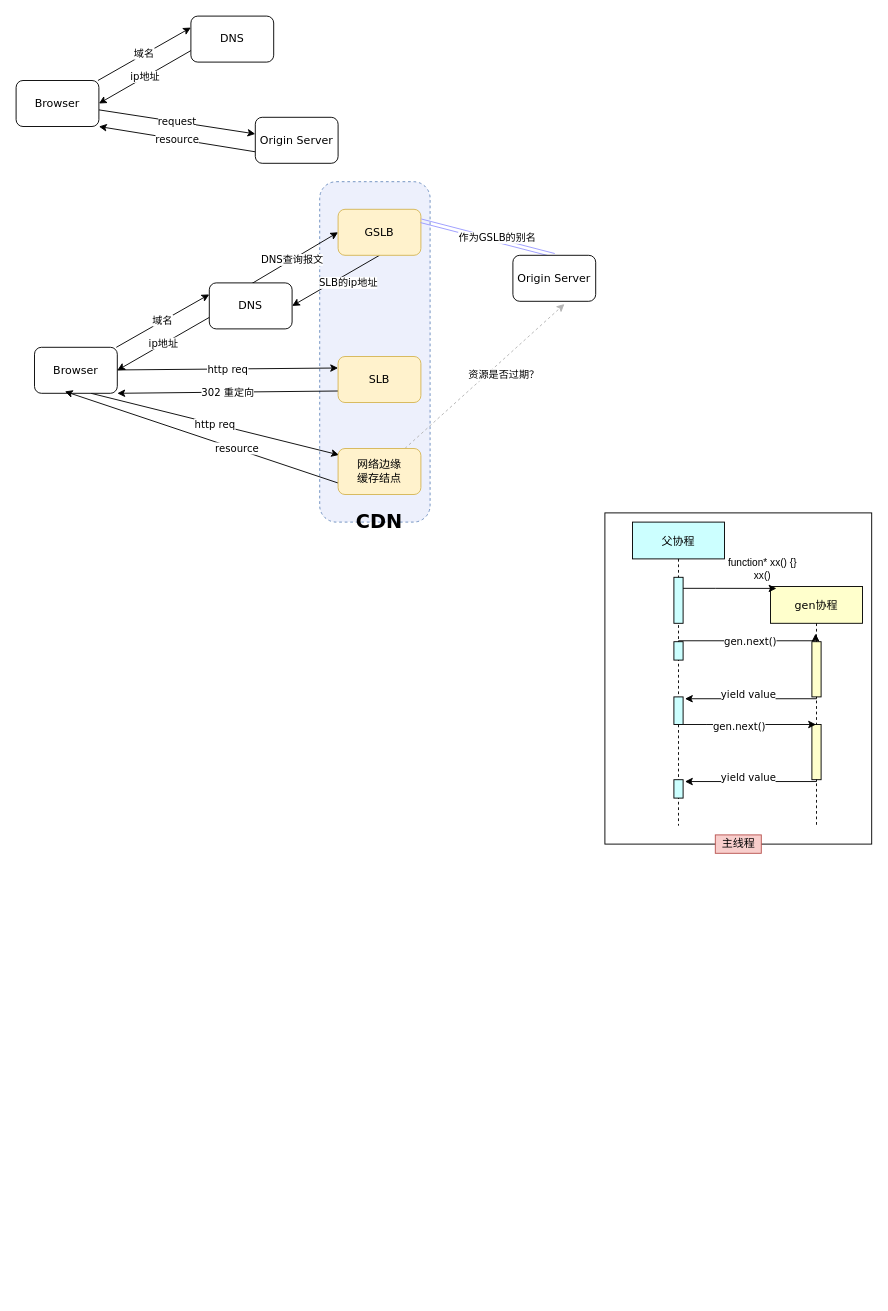
Earlier version of the draw.io diagram draft.drawio (bankarian/pics). Source tidied: cells renumbered, new cells numbered last; positions are measured from the earlier drawing's top-left corner, leaving out a move shared by most shapes. Both pictures are drawn from the tidied source at 92%, with x=0, y=0 at pixel (16, 16).
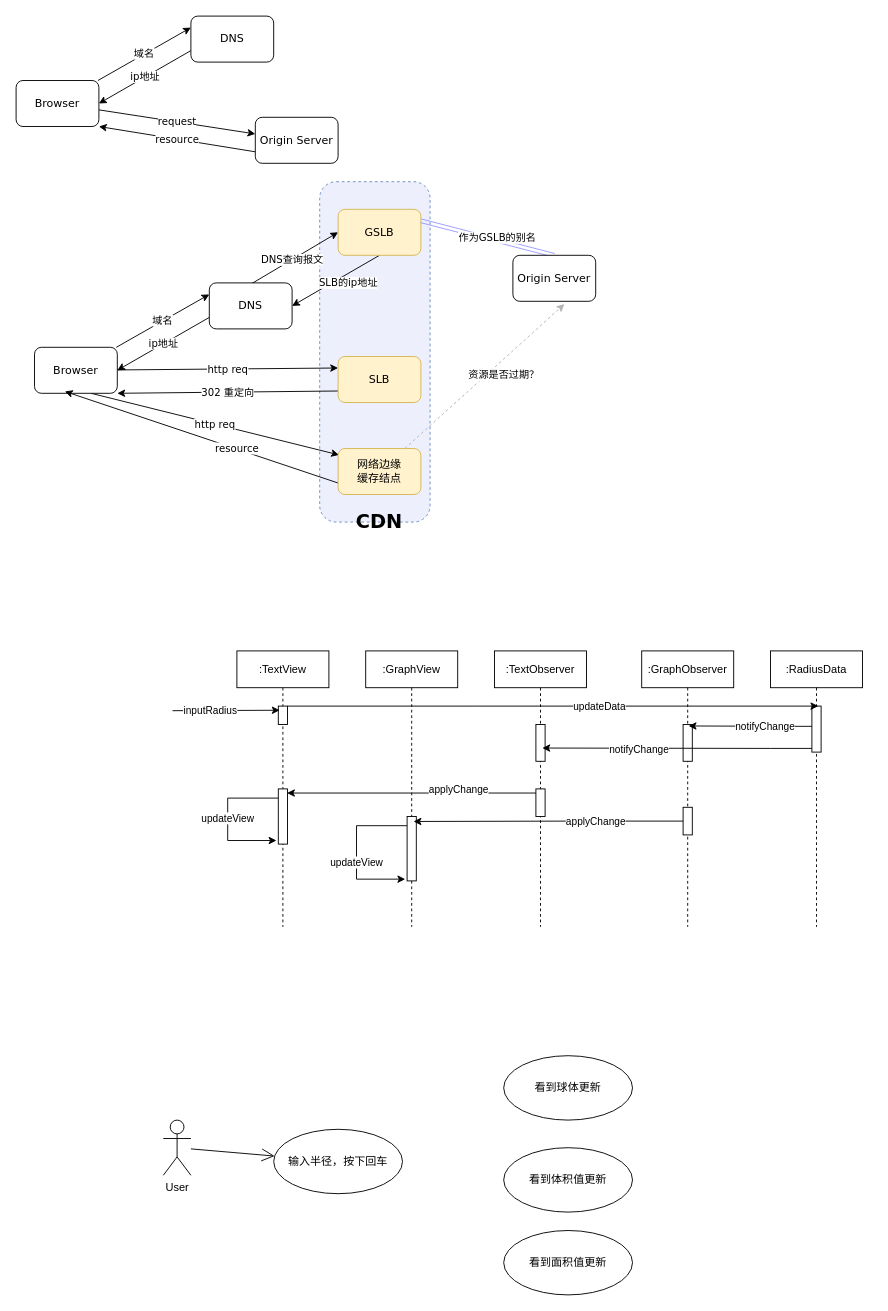
The same diagram, later.

Diff of the diagram source:
```diff
@@
-    <mxCell id="2" style="rounded=0;whiteSpace=wrap;html=1;fontFamily=Verdana;fillColor=#FFFFFF;" parent="1" vertex="1">
-      <mxGeometry x="640" y="540" width="290" height="360" as="geometry" />
-    </mxCell>
@@
-    <mxCell id="29" value="父协程" style="shape=umlLifeline;perimeter=lifelinePerimeter;rounded=0;shadow=0;strokeWidth=1;fillColor=#CCFFFF;fontFamily=Verdana;" parent="1" vertex="1">
-      <mxGeometry x="670" y="550" width="100" height="330" as="geometry" />
-    </mxCell>
-    <mxCell id="30" style="html=1;points=[];perimeter=orthogonalPerimeter;fillColor=#CCFFFF;fontFamily=Verdana;" parent="29" vertex="1">
-      <mxGeometry x="45" y="60" width="10" height="50" as="geometry" />
-    </mxCell>
-    <mxCell id="31" style="html=1;points=[];perimeter=orthogonalPerimeter;fillColor=#CCFFFF;fontFamily=Verdana;" parent="29" vertex="1">
-      <mxGeometry x="45" y="130" width="10" height="20" as="geometry" />
-    </mxCell>
-    <mxCell id="32" style="html=1;points=[];perimeter=orthogonalPerimeter;fillColor=#CCFFFF;fontFamily=Verdana;" parent="29" vertex="1">
-      <mxGeometry x="45" y="190" width="10" height="30" as="geometry" />
-    </mxCell>
-    <mxCell id="33" value="gen协程" style="shape=umlLifeline;perimeter=lifelinePerimeter;rounded=0;shadow=0;strokeWidth=1;fillColor=#FFFFCC;fontFamily=Verdana;" parent="1" vertex="1">
-      <mxGeometry x="820" y="620" width="100" height="260" as="geometry" />
-    </mxCell>
-    <mxCell id="34" style="html=1;points=[];perimeter=orthogonalPerimeter;fillColor=#FFFFCC;fontFamily=Verdana;" parent="33" vertex="1">
-      <mxGeometry x="45" y="60" width="10" height="60" as="geometry" />
-    </mxCell>
-    <mxCell id="35" style="edgeStyle=orthogonalEdgeStyle;rounded=0;jettySize=auto;html=1;entryX=0.49;entryY=0.197;entryDx=0;entryDy=0;entryPerimeter=0;fontFamily=Verdana;" parent="1" edge="1" source="31" target="33">
-      <mxGeometry relative="1" as="geometry">
-        <Array as="points">
-          <mxPoint x="720" y="679" />
-        </Array>
-      </mxGeometry>
-    </mxCell>
-    <mxCell id="36" value="gen.next()" style="edgeLabel;html=1;align=center;verticalAlign=middle;fontFamily=Verdana;" parent="35" vertex="1">
-      <mxGeometry x="-0.33" relative="1" as="geometry">
-        <mxPoint x="25.9" y="0.9" as="offset" />
-      </mxGeometry>
-    </mxCell>
-    <mxCell id="37" style="edgeStyle=orthogonalEdgeStyle;rounded=0;jettySize=auto;html=1;fontFamily=Verdana;" parent="1" edge="1" source="34">
-      <mxGeometry relative="1" as="geometry">
-        <mxPoint x="727" y="742" as="targetPoint" />
-        <Array as="points">
-          <mxPoint x="870" y="742" />
-        </Array>
-      </mxGeometry>
-    </mxCell>
-    <mxCell id="38" value="yield value" style="edgeLabel;html=1;align=center;verticalAlign=middle;fontFamily=Verdana;" parent="37" vertex="1">
-      <mxGeometry x="0.21" y="-4" relative="1" as="geometry">
-        <mxPoint x="11" y="-0.5" as="offset" />
-      </mxGeometry>
-    </mxCell>
-    <mxCell id="39" style="html=1;perimeter=orthogonalPerimeter;fillColor=#CCFFFF;fontFamily=Verdana;" parent="1" vertex="1">
-      <mxGeometry x="715" y="830" width="10" height="20" as="geometry" />
-    </mxCell>
-    <mxCell id="40" style="html=1;points=[];perimeter=orthogonalPerimeter;fillColor=#FFFFCC;fontFamily=Verdana;" parent="1" vertex="1">
-      <mxGeometry x="865" y="770" width="10" height="60" as="geometry" />
-    </mxCell>
-    <mxCell id="41" style="edgeStyle=orthogonalEdgeStyle;rounded=0;jettySize=auto;html=1;entryX=0.57;entryY=0.64;entryDx=0;entryDy=0;entryPerimeter=0;fontFamily=Verdana;" parent="1" edge="1" source="40">
-      <mxGeometry relative="1" as="geometry">
-        <mxPoint x="727" y="832" as="targetPoint" />
-        <Array as="points">
-          <mxPoint x="870" y="832" />
-        </Array>
-      </mxGeometry>
-    </mxCell>
-    <mxCell id="42" value="yield value" style="edgeLabel;html=1;align=center;verticalAlign=middle;fontFamily=Verdana;" parent="41" vertex="1">
-      <mxGeometry x="0.21" y="-4" relative="1" as="geometry">
-        <mxPoint x="11" y="-0.5" as="offset" />
-      </mxGeometry>
-    </mxCell>
-    <mxCell id="43" style="edgeStyle=orthogonalEdgeStyle;rounded=0;jettySize=auto;html=1;fontFamily=Verdana;" parent="1" edge="1" source="32" target="33">
-      <mxGeometry relative="1" as="geometry">
-        <Array as="points">
-          <mxPoint x="750" y="770" />
-          <mxPoint x="750" y="770" />
-        </Array>
-      </mxGeometry>
-    </mxCell>
-    <mxCell id="44" value="gen.next()" style="edgeLabel;html=1;align=center;verticalAlign=middle;fontFamily=Verdana;" parent="43" vertex="1">
-      <mxGeometry x="-0.17" y="-2" relative="1" as="geometry" />
-    </mxCell>
-    <mxCell id="45" value="主线程&lt;br&gt;" style="text;html=1;align=center;verticalAlign=middle;fontFamily=Verdana;fillColor=#f8cecc;strokeColor=#b85450;" parent="1" vertex="1">
-      <mxGeometry x="760" y="890" width="50" height="20" as="geometry" />
-    </mxCell>
-    <mxCell id="46" style="edgeStyle=orthogonalEdgeStyle;rounded=0;jettySize=auto;html=1;entryX=0.065;entryY=0.008;entryDx=0;entryDy=0;entryPerimeter=0;" parent="1" edge="1" source="30" target="33">
-      <mxGeometry relative="1" as="geometry">
-        <Array as="points">
-          <mxPoint x="760" y="622" />
-          <mxPoint x="760" y="622" />
-        </Array>
-      </mxGeometry>
-    </mxCell>
-    <mxCell id="47" value="function* xx() {}&lt;br&gt;xx()" style="edgeLabel;html=1;align=center;verticalAlign=middle;" parent="46" vertex="1">
-      <mxGeometry x="-0.23" y="4" relative="1" as="geometry">
-        <mxPoint x="46" y="-18" as="offset" />
-      </mxGeometry>
-    </mxCell>
+    <mxCell id="48" value=":TextView" style="shape=umlLifeline;perimeter=lifelinePerimeter;whiteSpace=wrap;html=1;outlineConnect=0;" parent="1" vertex="1">
+      <mxGeometry x="240" y="690" width="100" height="300" as="geometry" />
+    </mxCell>
+    <mxCell id="49" style="html=1;points=[];perimeter=orthogonalPerimeter;" parent="48" vertex="1">
+      <mxGeometry x="45" y="60" width="10" height="20" as="geometry" />
+    </mxCell>
+    <mxCell id="50" value="updateView" style="edgeStyle=orthogonalEdgeStyle;rounded=0;jettySize=auto;html=1;entryX=0.43;entryY=0.687;entryDx=0;entryDy=0;entryPerimeter=0;" parent="48" edge="1" source="51" target="48">
+      <mxGeometry relative="1" as="geometry">
+        <Array as="points">
+          <mxPoint x="-10" y="160" />
+          <mxPoint x="-10" y="206" />
+        </Array>
+      </mxGeometry>
+    </mxCell>
+    <mxCell id="51" style="html=1;points=[];perimeter=orthogonalPerimeter;" parent="48" vertex="1">
+      <mxGeometry x="45" y="150" width="10" height="60" as="geometry" />
+    </mxCell>
+    <mxCell id="52" value=":RadiusData" style="shape=umlLifeline;perimeter=lifelinePerimeter;whiteSpace=wrap;html=1;outlineConnect=0;" parent="1" vertex="1">
+      <mxGeometry x="820" y="690" width="100" height="300" as="geometry" />
+    </mxCell>
+    <mxCell id="53" style="html=1;points=[];perimeter=orthogonalPerimeter;" parent="52" vertex="1">
+      <mxGeometry x="45" y="60" width="10" height="50" as="geometry" />
+    </mxCell>
+    <mxCell id="54" value=":GraphView" style="shape=umlLifeline;perimeter=lifelinePerimeter;whiteSpace=wrap;html=1;outlineConnect=0;" parent="1" vertex="1">
+      <mxGeometry x="380" y="690" width="100" height="300" as="geometry" />
+    </mxCell>
+    <mxCell id="55" style="edgeStyle=orthogonalEdgeStyle;rounded=0;jettySize=auto;html=1;entryX=0.43;entryY=0.827;entryDx=0;entryDy=0;entryPerimeter=0;" parent="54" edge="1" source="57" target="54">
+      <mxGeometry relative="1" as="geometry">
+        <Array as="points">
+          <mxPoint x="-10" y="190" />
+          <mxPoint x="-10" y="248" />
+        </Array>
+      </mxGeometry>
+    </mxCell>
+    <mxCell id="56" value="updateView" style="edgeLabel;html=1;align=center;verticalAlign=middle;" parent="55" vertex="1">
+      <mxGeometry x="0.13" y="-1" relative="1" as="geometry" />
+    </mxCell>
+    <mxCell id="57" style="html=1;points=[];perimeter=orthogonalPerimeter;" parent="54" vertex="1">
+      <mxGeometry x="45" y="180" width="10" height="70" as="geometry" />
+    </mxCell>
+    <mxCell id="58" value=":TextObserver" style="shape=umlLifeline;perimeter=lifelinePerimeter;whiteSpace=wrap;html=1;outlineConnect=0;" parent="1" vertex="1">
+      <mxGeometry x="520" y="690" width="100" height="300" as="geometry" />
+    </mxCell>
+    <mxCell id="59" style="html=1;perimeter=orthogonalPerimeter;" parent="58" vertex="1">
+      <mxGeometry x="45" y="80" width="10" height="40" as="geometry" />
+    </mxCell>
+    <mxCell id="60" style="html=1;points=[];perimeter=orthogonalPerimeter;" parent="58" vertex="1">
+      <mxGeometry x="45" y="150" width="10" height="30" as="geometry" />
+    </mxCell>
+    <mxCell id="61" value=":GraphObserver" style="shape=umlLifeline;perimeter=lifelinePerimeter;whiteSpace=wrap;html=1;outlineConnect=0;" parent="1" vertex="1">
+      <mxGeometry x="680" y="690" width="100" height="300" as="geometry" />
+    </mxCell>
+    <mxCell id="62" style="html=1;perimeter=orthogonalPerimeter;" parent="61" vertex="1">
+      <mxGeometry x="45" y="80" width="10" height="40" as="geometry" />
+    </mxCell>
+    <mxCell id="63" style="html=1;points=[];perimeter=orthogonalPerimeter;" parent="61" vertex="1">
+      <mxGeometry x="45" y="170" width="10" height="30" as="geometry" />
+    </mxCell>
+    <mxCell id="64" style="endArrow=classic;html=1;entryX=0.465;entryY=0.215;entryDx=0;entryDy=0;entryPerimeter=0;" parent="1" edge="1" target="48">
+      <mxGeometry relative="1" as="geometry">
+        <mxPoint x="170" y="755" as="sourcePoint" />
+      </mxGeometry>
+    </mxCell>
+    <mxCell id="65" value="inputRadius" style="edgeLabel;html=1;align=center;verticalAlign=middle;" parent="64" vertex="1">
+      <mxGeometry x="-0.3" relative="1" as="geometry" />
+    </mxCell>
+    <mxCell id="66" style="edgeStyle=orthogonalEdgeStyle;rounded=0;jettySize=auto;html=1;entryX=0.52;entryY=0.2;entryDx=0;entryDy=0;entryPerimeter=0;" parent="1" edge="1" source="49" target="52">
+      <mxGeometry relative="1" as="geometry">
+        <Array as="points">
+          <mxPoint x="500" y="750" />
+          <mxPoint x="500" y="750" />
+        </Array>
+      </mxGeometry>
+    </mxCell>
+    <mxCell id="67" value="updateData" style="edgeLabel;html=1;align=center;verticalAlign=middle;" parent="66" vertex="1">
+      <mxGeometry x="0.17" relative="1" as="geometry" />
+    </mxCell>
+    <mxCell id="68" style="edgeStyle=orthogonalEdgeStyle;rounded=0;jettySize=auto;html=1;entryX=0.51;entryY=0.272;entryDx=0;entryDy=0;entryPerimeter=0;" parent="1" edge="1" source="53" target="61">
+      <mxGeometry relative="1" as="geometry">
+        <Array as="points">
+          <mxPoint x="850" y="772" />
+          <mxPoint x="850" y="772" />
+        </Array>
+      </mxGeometry>
+    </mxCell>
+    <mxCell id="69" value="notifyChange" style="edgeLabel;html=1;align=center;verticalAlign=middle;" parent="68" vertex="1">
+      <mxGeometry x="-0.22" relative="1" as="geometry" />
+    </mxCell>
+    <mxCell id="70" style="edgeStyle=orthogonalEdgeStyle;rounded=0;jettySize=auto;html=1;entryX=0.52;entryY=0.352;entryDx=0;entryDy=0;entryPerimeter=0;" parent="1" edge="1" source="53" target="58">
+      <mxGeometry relative="1" as="geometry">
+        <Array as="points">
+          <mxPoint x="820" y="796" />
+          <mxPoint x="820" y="796" />
+        </Array>
+      </mxGeometry>
+    </mxCell>
+    <mxCell id="71" value="notifyChange" style="edgeLabel;html=1;align=center;verticalAlign=middle;" parent="70" vertex="1">
+      <mxGeometry x="0.28" y="2" relative="1" as="geometry" />
+    </mxCell>
+    <mxCell id="72" style="edgeStyle=orthogonalEdgeStyle;rounded=0;jettySize=auto;html=1;entryX=0.545;entryY=0.515;entryDx=0;entryDy=0;entryPerimeter=0;" parent="1" edge="1" source="60" target="48">
+      <mxGeometry relative="1" as="geometry">
+        <Array as="points">
+          <mxPoint x="453" y="845" />
+        </Array>
+      </mxGeometry>
+    </mxCell>
+    <mxCell id="73" value="applyChange" style="edgeLabel;html=1;align=center;verticalAlign=middle;" parent="72" vertex="1">
+      <mxGeometry x="-0.17" y="-21" relative="1" as="geometry">
+        <mxPoint x="27" y="16.5" as="offset" />
+      </mxGeometry>
+    </mxCell>
+    <mxCell id="74" style="edgeStyle=orthogonalEdgeStyle;rounded=0;jettySize=auto;html=1;entryX=0.52;entryY=0.618;entryDx=0;entryDy=0;entryPerimeter=0;" parent="1" edge="1" source="63" target="54">
+      <mxGeometry relative="1" as="geometry" />
+    </mxCell>
+    <mxCell id="75" value="applyChange" style="edgeLabel;html=1;align=center;verticalAlign=middle;" parent="74" vertex="1">
+      <mxGeometry x="-0.67" y="-2" relative="1" as="geometry">
+        <mxPoint x="-47.6" y="2.4" as="offset" />
+      </mxGeometry>
+    </mxCell>
+    <mxCell id="76" value="User" style="shape=umlActor;verticalLabelPosition=bottom;verticalAlign=top;html=1;" parent="1" vertex="1">
+      <mxGeometry x="160" y="1200" width="30" height="60" as="geometry" />
+    </mxCell>
+    <mxCell id="77" value="输入半径，按下回车" style="ellipse;whiteSpace=wrap;html=1;" parent="1" vertex="1">
+      <mxGeometry x="280" y="1210" width="140" height="70" as="geometry" />
+    </mxCell>
+    <mxCell id="78" style="endArrow=open;endFill=1;endSize=12;html=1;" parent="1" edge="1" source="76" target="77">
+      <mxGeometry relative="1" as="geometry" />
+    </mxCell>
+    <mxCell id="79" value="看到球体更新" style="ellipse;whiteSpace=wrap;html=1;" parent="1" vertex="1">
+      <mxGeometry x="530" y="1130" width="140" height="70" as="geometry" />
+    </mxCell>
+    <mxCell id="80" value="看到体积值更新" style="ellipse;whiteSpace=wrap;html=1;" parent="1" vertex="1">
+      <mxGeometry x="530" y="1230" width="140" height="70" as="geometry" />
+    </mxCell>
+    <mxCell id="81" value="看到面积值更新" style="ellipse;whiteSpace=wrap;html=1;" parent="1" vertex="1">
+      <mxGeometry x="530" y="1320" width="140" height="70" as="geometry" />
+    </mxCell>
```
